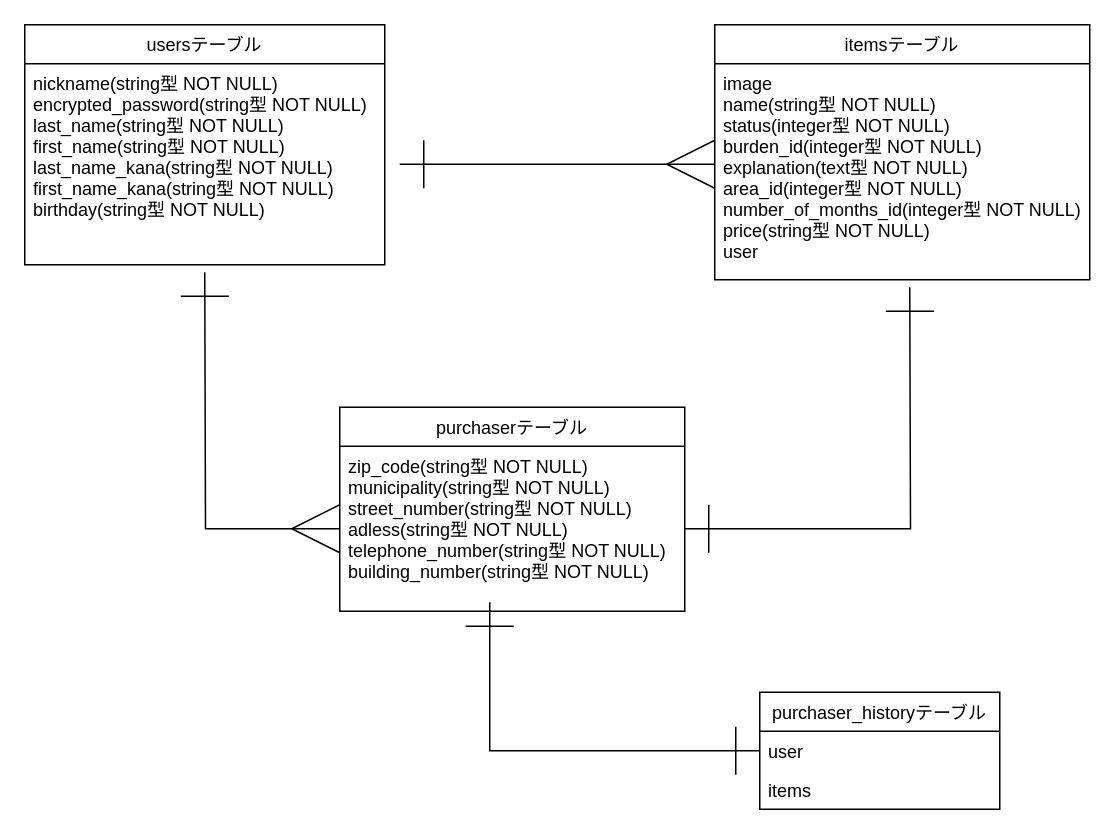
The draw.io diagram furima.dio in tomoya0605/furima-31686, before the edit. Source tidied: cells renumbered, new cells numbered last; positions are measured from the earlier drawing's top-left corner, leaving out a move shared by most shapes. Both pictures are drawn from the tidied source at 150%, with x=0, y=0 at pixel (24, 24).
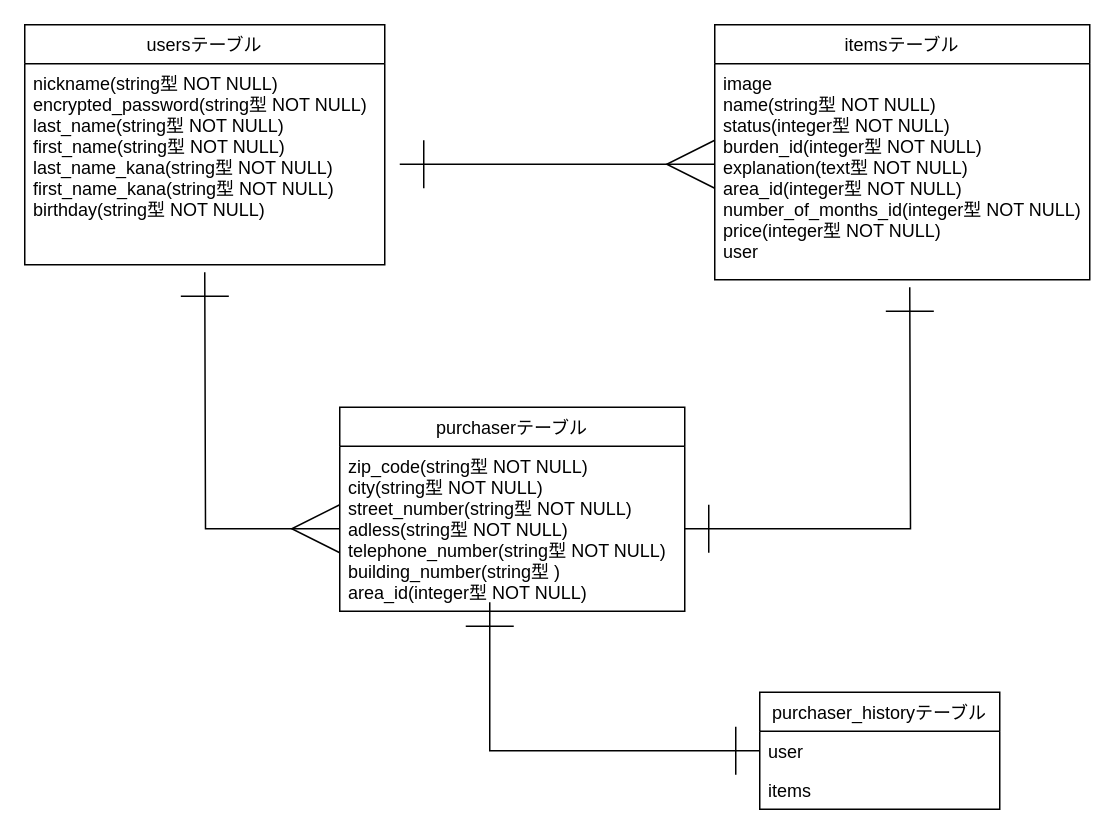
Above is the later version.

Commit message (it also covers changes not shown here):
修正箇所変更

Unchanged cells that the change refers to:
```xml
<mxCell id="3" value="purchaserテーブル" style="swimlane;fontStyle=0;horizontal=1;startSize=26;fillColor=none;" parent="1" vertex="1">
  <mxGeometry x="210" y="255" width="230" height="136" as="geometry" />
</mxCell>
<mxCell id="13" value="itemsテーブル" style="swimlane;fontStyle=0;horizontal=1;startSize=26;fillColor=none;" parent="1" vertex="1">
  <mxGeometry x="460" width="250" height="170" as="geometry" />
</mxCell>
```

What changed in the source:
```diff
@@
-    <mxCell id="4" value="zip_code(string型 NOT NULL)&#10;municipality(string型 NOT NULL)&#10;street_number(string型 NOT NULL)&#10;adless(string型 NOT NULL)&#10;telephone_number(string型 NOT NULL)&#10;building_number(string型 NOT NULL)" style="text;strokeColor=none;fillColor=none;align=left;verticalAlign=top;spacingLeft=4;spacingRight=4;overflow=hidden;points=[[0,0.5],[1,0.5]];portConstraint=eastwest;" parent="3" vertex="1">
+    <mxCell id="4" value="zip_code(string型 NOT NULL)&#10;city(string型 NOT NULL)&#10;street_number(string型 NOT NULL)&#10;adless(string型 NOT NULL)&#10;telephone_number(string型 NOT NULL)&#10;building_number(string型 )&#10;area_id(integer型 NOT NULL)" style="text;strokeColor=none;fillColor=none;align=left;verticalAlign=top;spacingLeft=4;spacingRight=4;overflow=hidden;points=[[0,0.5],[1,0.5]];portConstraint=eastwest;" parent="3" vertex="1">
       <mxGeometry y="26" width="230" height="110" as="geometry" />
     </mxCell>
@@
-    <mxCell id="14" value="image&#10;name(string型 NOT NULL)&#10;status(integer型 NOT NULL)&#10;burden_id(integer型 NOT NULL)&#10;explanation(text型 NOT NULL)&#10;area_id(integer型 NOT NULL)&#10;number_of_months_id(integer型 NOT NULL)&#10;price(string型 NOT NULL)&#10;user&#10;" style="text;strokeColor=none;fillColor=none;align=left;verticalAlign=top;spacingLeft=4;spacingRight=4;overflow=hidden;" parent="13" vertex="1">
+    <mxCell id="14" value="image&#10;name(string型 NOT NULL)&#10;status(integer型 NOT NULL)&#10;burden_id(integer型 NOT NULL)&#10;explanation(text型 NOT NULL)&#10;area_id(integer型 NOT NULL)&#10;number_of_months_id(integer型 NOT NULL)&#10;price(integer型 NOT NULL)&#10;user&#10;" style="text;strokeColor=none;fillColor=none;align=left;verticalAlign=top;spacingLeft=4;spacingRight=4;overflow=hidden;" parent="13" vertex="1">
       <mxGeometry y="26" width="250" height="144" as="geometry" />
     </mxCell>
```
